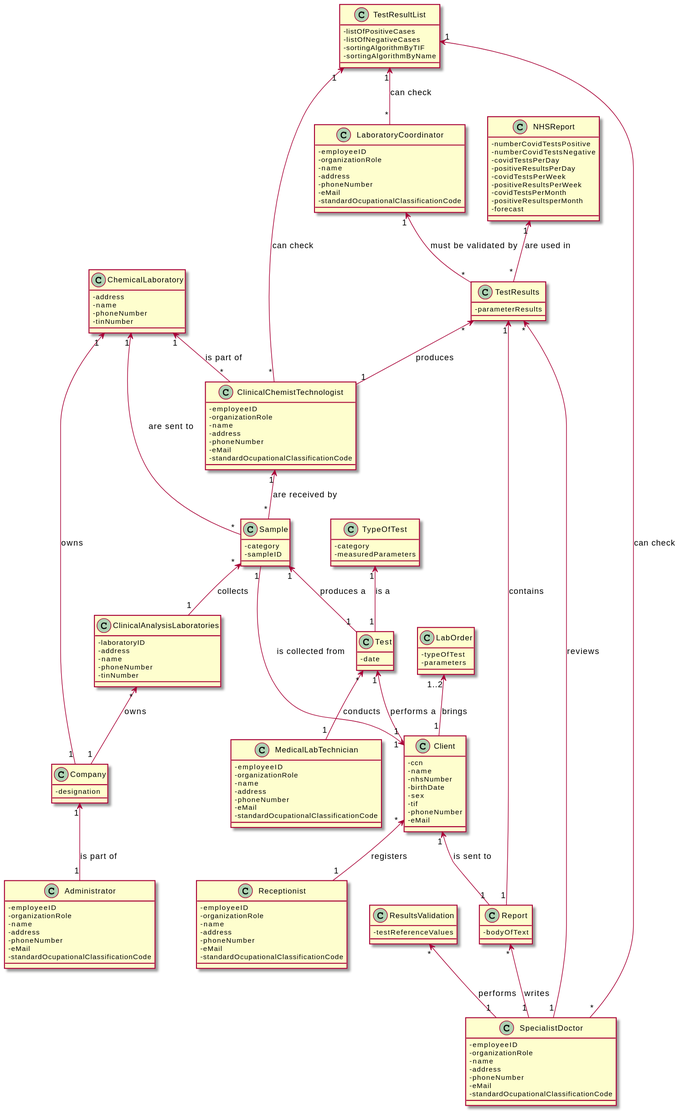
Before: docs/SprintB/ImagesUsed/DM.svg, a diagram exported from PlantUML (RuiRioPina/LAPR2-20-21).
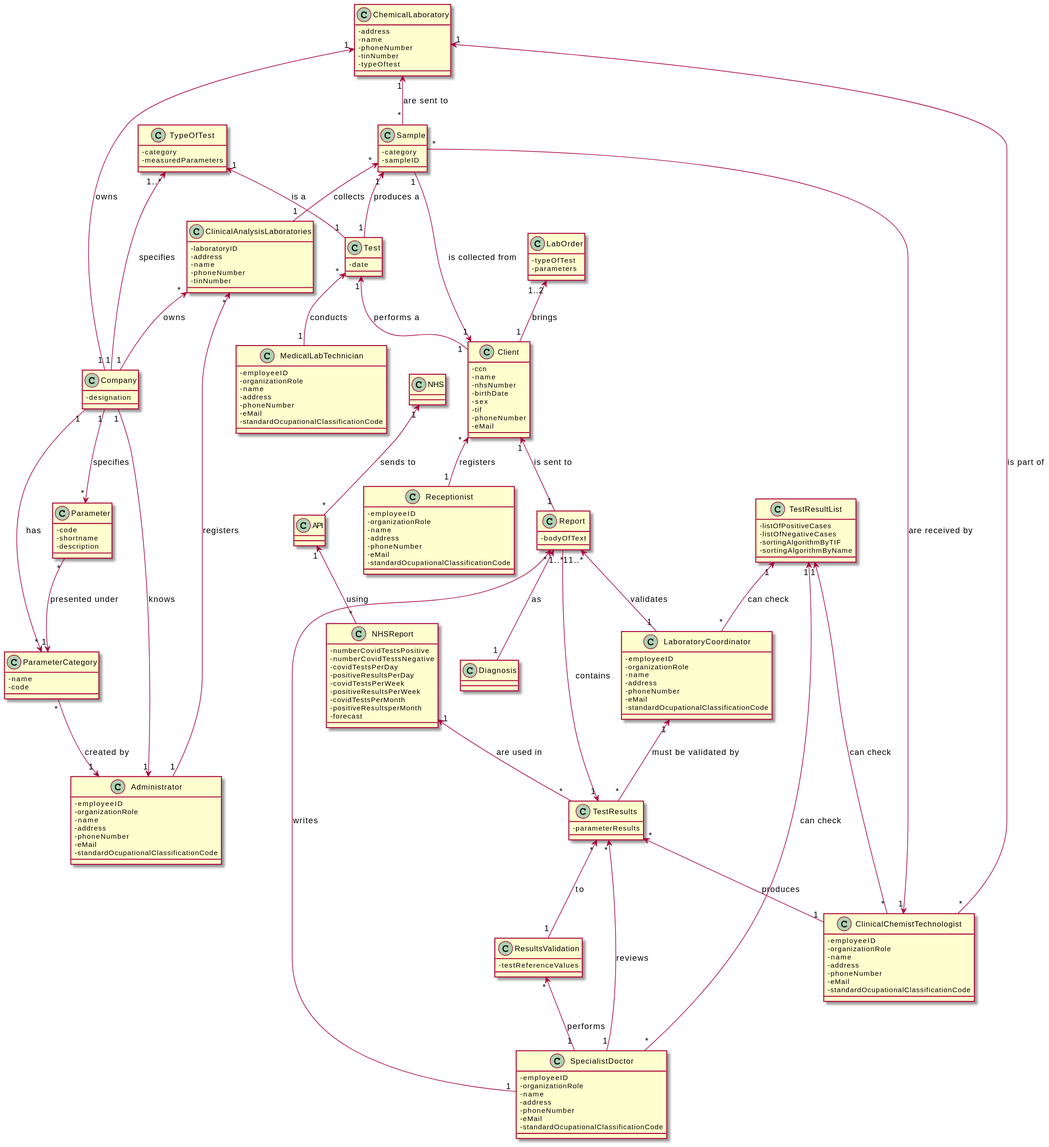
Later version of the same file.

Change to the diagram source:
```diff
@@ -9,12 +9,12 @@
 -phoneNumber
 -tinNumber
 }
-ClinicalAnalysisLaboratories "*" <-- "1" Company : owns
 Class ChemicalLaboratory{
 -address
 -name
 -phoneNumber
 -tinNumber
+-typeOftest
 }
 Class Client{
 -ccn
@@ -56,6 +56,15 @@
 -phoneNumber
 -eMail
 -standardOcupationalClassificationCode
+}
+class ParameterCategory {
+  -name
+  -code
+}
+class Parameter {
+ -code
+ -shortname
+ -description
 }
 Class ClinicalChemistTechnologist{
 -employeeID
@@ -121,6 +130,14 @@
 Class TestResults{
 -parameterResults
 }
+Class Diagnosis {
+}
+
+TypeOfTest "1..*" <-- "1" Company : specifies
+Report "1..*" <-- "1" Diagnosis : as
+Report "1..*" <-- "1" LaboratoryCoordinator : validates
+ClinicalAnalysisLaboratories "*" <-- "1" Company : owns
+ClinicalAnalysisLaboratories "*" <-- "1" Administrator : registers
 Sample "*" <-- "1" ClinicalAnalysisLaboratories : collects
 Client "*" <-- "1" Receptionist : registers
 ChemicalLaboratory "1" <-- "1" Company : owns
@@ -137,7 +154,6 @@
 ClinicalChemistTechnologist "1" <-- "*" Sample : are received by
 TestResults "*" <-- "1" SpecialistDoctor: reviews
 Report "*" <-- "1" SpecialistDoctor: writes
-Company "1" <-- "1" Administrator: is part of
 ResultsValidation "*" <-- "1" SpecialistDoctor: performs
 TestResults "1" <-- "1" Report: contains
 NHSReport"1" <-- "*" TestResults: are used in
@@ -145,4 +161,12 @@
 TestResultList "1" <-- "*" SpecialistDoctor : can check
 TestResultList "1" <-- "*" ClinicalChemistTechnologist : can check
 TestResultList "1" <-- "*" LaboratoryCoordinator : can check
+NHS"1" <-- "*" API: sends to
+API"1" <-- "*" NHSReport: using
+TestResults "*" <-- "1" ResultsValidation : to
+Company "1" --> "*" Parameter : specifies
+Company "1" --> "*" ParameterCategory : has
+Parameter "*" --> "1" ParameterCategory : presented under
+ParameterCategory "*" --> "1" Administrator : created by
+Company "1" --> "1" Administrator : knows
 @enduml
```
